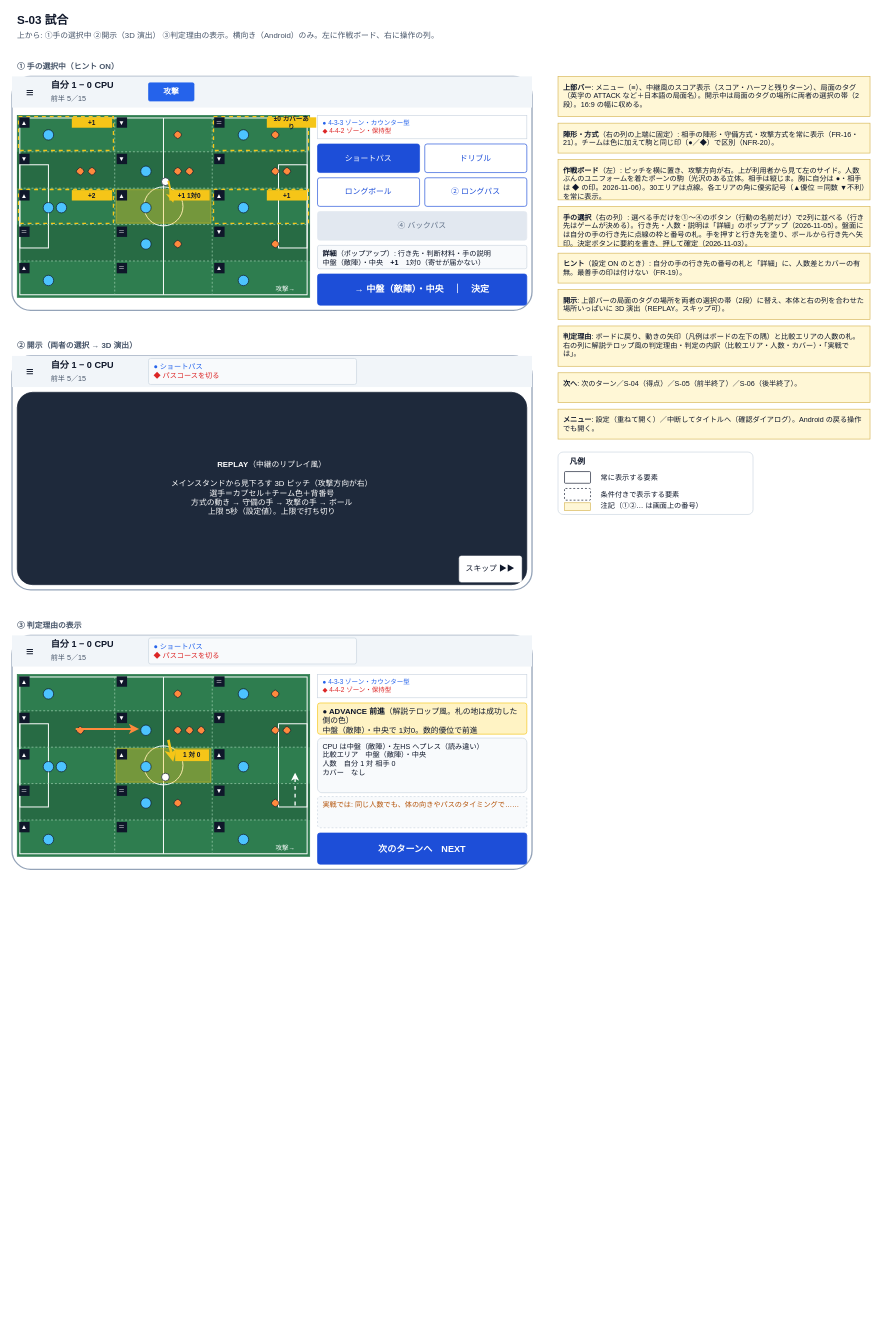
This is page "wireframe-s03-match" (3 of 12) of soccer-game/docs/specs/2_basic-design/wireframes.drawio from n-yata/soccer-sim, a draw.io file, before an edit. Source tidied: cells renumbered, new cells numbered last; positions are measured from the earlier drawing's top-left corner, leaving out a move shared by most shapes. Both pictures are drawn from the tidied source at 65%, with x=0, y=0 at pixel (12, 11).
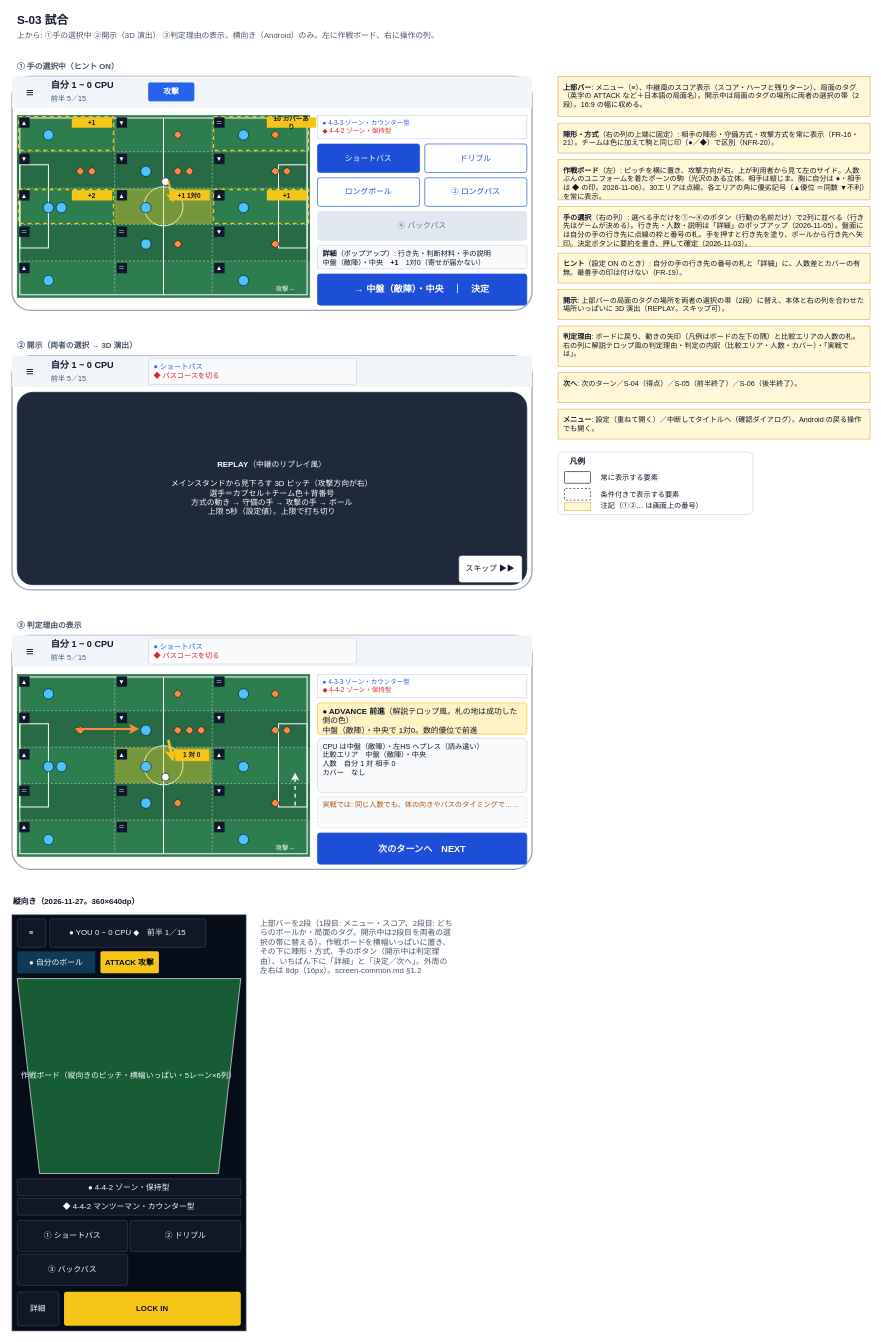
The same diagram, later.

Change to the diagram source:
```diff
@@
+    <mxCell id="175" value="縦向き（2026-11-27。360×640dp）" style="text;fontColor=#0F172A;fontStyle=1;align=left;verticalAlign=middle;whiteSpace=wrap;html=1;fontSize=12;" parent="1" vertex="1">
+      <mxGeometry y="1356" width="360" height="26" as="geometry" />
+    </mxCell>
+    <mxCell id="176" style="fillColor=#070D18;strokeColor=#334155;whiteSpace=wrap;html=1;fontSize=12;" parent="1" vertex="1">
+      <mxGeometry y="1390" width="360" height="640" as="geometry" />
+    </mxCell>
+    <mxCell id="177" value="≡" style="rounded=1;arcSize=8;fillColor=#101827;strokeColor=#334155;fontColor=#F8FAFC;whiteSpace=wrap;html=1;fontSize=12;" parent="1" vertex="1">
+      <mxGeometry x="8" y="1396" width="44" height="44" as="geometry" />
+    </mxCell>
+    <mxCell id="178" value="● YOU 0 − 0 CPU ◆　前半 1／15" style="rounded=1;arcSize=8;fillColor=#101827;strokeColor=#334155;fontColor=#F8FAFC;whiteSpace=wrap;html=1;fontSize=12;" parent="1" vertex="1">
+      <mxGeometry x="58" y="1396" width="240" height="44" as="geometry" />
+    </mxCell>
+    <mxCell id="179" value="● 自分のボール" style="rounded=0;fillColor=#0E3A55;strokeColor=none;fontColor=#F8FAFC;whiteSpace=wrap;html=1;fontSize=12;" parent="1" vertex="1">
+      <mxGeometry x="8" y="1446" width="120" height="34" as="geometry" />
+    </mxCell>
+    <mxCell id="180" value="ATTACK 攻撃" style="rounded=1;arcSize=8;fillColor=#F5C518;strokeColor=none;fontColor=#070D18;fontStyle=1;whiteSpace=wrap;html=1;fontSize=12;" parent="1" vertex="1">
+      <mxGeometry x="136" y="1446" width="90" height="34" as="geometry" />
+    </mxCell>
+    <mxCell id="181" value="作戦ボード（縦向きのピッチ・横幅いっぱい・5レーン×6列）" style="shape=trapezoid;perimeter=trapezoidPerimeter;size=0.1;fillColor=#165C34;strokeColor=#F8FAFC;fontColor=#F8FAFC;flipV=1;whiteSpace=wrap;html=1;fontSize=12;" parent="1" vertex="1">
+      <mxGeometry x="8" y="1488" width="344" height="300" as="geometry" />
+    </mxCell>
+    <mxCell id="182" value="● 4-4-2 ゾーン・保持型" style="rounded=1;arcSize=8;fillColor=#101827;strokeColor=#334155;fontColor=#F8FAFC;whiteSpace=wrap;html=1;fontSize=12;" parent="1" vertex="1">
+      <mxGeometry x="8" y="1796" width="344" height="26" as="geometry" />
+    </mxCell>
+    <mxCell id="183" value="◆ 4-4-2 マンツーマン・カウンター型" style="rounded=1;arcSize=8;fillColor=#101827;strokeColor=#334155;fontColor=#F8FAFC;whiteSpace=wrap;html=1;fontSize=12;" parent="1" vertex="1">
+      <mxGeometry x="8" y="1826" width="344" height="26" as="geometry" />
+    </mxCell>
+    <mxCell id="184" value="① ショートパス" style="rounded=1;arcSize=8;fillColor=#101827;strokeColor=#334155;fontColor=#F8FAFC;whiteSpace=wrap;html=1;fontSize=12;" parent="1" vertex="1">
+      <mxGeometry x="8" y="1860" width="170" height="48" as="geometry" />
+    </mxCell>
+    <mxCell id="185" value="② ドリブル" style="rounded=1;arcSize=8;fillColor=#101827;strokeColor=#334155;fontColor=#F8FAFC;whiteSpace=wrap;html=1;fontSize=12;" parent="1" vertex="1">
+      <mxGeometry x="182" y="1860" width="170" height="48" as="geometry" />
+    </mxCell>
+    <mxCell id="186" value="③ バックパス" style="rounded=1;arcSize=8;fillColor=#101827;strokeColor=#334155;fontColor=#F8FAFC;whiteSpace=wrap;html=1;fontSize=12;" parent="1" vertex="1">
+      <mxGeometry x="8" y="1912" width="170" height="48" as="geometry" />
+    </mxCell>
+    <mxCell id="187" value="詳細" style="rounded=1;arcSize=8;fillColor=#101827;strokeColor=#334155;fontColor=#F8FAFC;whiteSpace=wrap;html=1;fontSize=12;" parent="1" vertex="1">
+      <mxGeometry x="8" y="1970" width="64" height="52" as="geometry" />
+    </mxCell>
+    <mxCell id="188" value="LOCK IN" style="rounded=1;arcSize=8;fillColor=#F5C518;strokeColor=none;fontColor=#070D18;fontStyle=1;whiteSpace=wrap;html=1;fontSize=12;" parent="1" vertex="1">
+      <mxGeometry x="80" y="1970" width="272" height="52" as="geometry" />
+    </mxCell>
+    <mxCell id="189" value="上部バーを2段（1段目: メニュー・スコア、2段目: どちらのボールか・局面のタグ。開示中は2段目を両者の選択の帯に替える）。作戦ボードを横幅いっぱいに置き、その下に陣形・方式、手のボタン（開示中は判定理由）、いちばん下に「詳細」と「決定／次へ」。外周の左右は 8dp（16px）。screen-common.md §1.2" style="text;fontColor=#475569;fontSize=11;align=left;verticalAlign=top;whiteSpace=wrap;whiteSpace=wrap;html=1;fontSize=12;" parent="1" vertex="1">
+      <mxGeometry x="380" y="1390" width="300" height="200" as="geometry" />
+    </mxCell>
```
